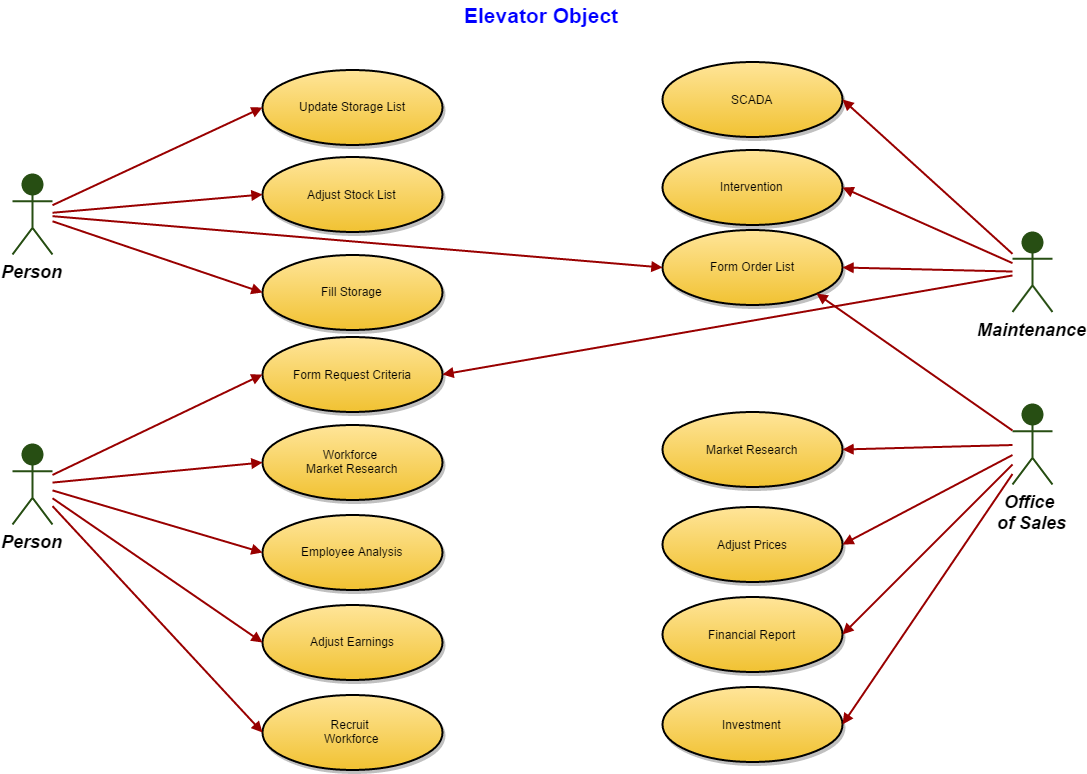
xa3point10/ElevatorProjectRepo keeps this draw.io diagram as images/Elevator_UML_Diagram.png. Above is the earlier version. Source tidied: cells renumbered, new cells last; positions are measured from the earlier drawing's top-left corner, leaving out a move shared by most shapes. Its diagram source:
```xml
<mxGraphModel background="#ffffff">
  <root>
    <mxCell id="0" style="html=1;" />
    <mxCell id="1" style="html=1;" parent="0" />
    <mxCell id="2" value="Person" style="shape=umlActor;verticalLabelPosition=bottom;verticalAlign=top;fillColor=#274E13;strokeColor=#274E13;fontStyle=3;fontSize=18;fontFamily=Helvetica;strokeWidth=2;html=1;" parent="1" vertex="1">
      <mxGeometry y="174" width="40" height="80" as="geometry" />
    </mxCell>
    <mxCell id="3" value="Person" style="shape=umlActor;verticalLabelPosition=bottom;verticalAlign=top;fillColor=#274E13;strokeColor=#274E13;fontStyle=3;fontSize=18;fontFamily=Helvetica;strokeWidth=2;html=1;" parent="1" vertex="1">
      <mxGeometry y="444" width="40" height="80" as="geometry" />
    </mxCell>
    <mxCell id="4" value="Maintenance" style="shape=umlActor;verticalLabelPosition=bottom;verticalAlign=top;fillColor=#274E13;strokeColor=#274E13;fontStyle=3;fontSize=18;fontFamily=Helvetica;strokeWidth=2;html=1;" parent="1" vertex="1">
      <mxGeometry x="1000" y="231.5" width="40" height="80" as="geometry" />
    </mxCell>
    <mxCell id="5" value="Office &#10;of Sales" style="shape=umlActor;verticalLabelPosition=bottom;verticalAlign=top;fillColor=#274E13;strokeColor=#274E13;fontStyle=3;fontSize=18;fontFamily=Helvetica;strokeWidth=2;html=1;" parent="1" vertex="1">
      <mxGeometry x="1000" y="404" width="40" height="80" as="geometry" />
    </mxCell>
    <mxCell id="6" value="Update Storage List" style="shape=mxgraph.flowchart.on-page_reference;fillColor=#FFE599;strokeColor=black;strokeWidth=2;shadow=1;gradientColor=#F1C232;html=1;" parent="1" vertex="1">
      <mxGeometry x="250" y="69" width="180" height="75" as="geometry" />
    </mxCell>
    <mxCell id="7" value="Adjust Stock List" style="shape=mxgraph.flowchart.on-page_reference;fillColor=#FFE599;strokeColor=black;strokeWidth=2;shadow=1;gradientColor=#F1C232;html=1;" parent="1" vertex="1">
      <mxGeometry x="250" y="156.5" width="180" height="75" as="geometry" />
    </mxCell>
    <mxCell id="8" value="Fill Storage" style="shape=mxgraph.flowchart.on-page_reference;fillColor=#FFE599;strokeColor=black;strokeWidth=2;shadow=1;gradientColor=#F1C232;html=1;" parent="1" vertex="1">
      <mxGeometry x="250" y="254" width="180" height="75" as="geometry" />
    </mxCell>
    <mxCell id="9" value="Form Request Criteria" style="shape=mxgraph.flowchart.on-page_reference;fillColor=#FFE599;strokeColor=black;strokeWidth=2;shadow=1;gradientColor=#F1C232;html=1;" parent="1" vertex="1">
      <mxGeometry x="250" y="336.5" width="180" height="75" as="geometry" />
    </mxCell>
    <mxCell id="10" value="Workforce &#10;Market Research" style="shape=mxgraph.flowchart.on-page_reference;fillColor=#FFE599;strokeColor=black;strokeWidth=2;shadow=1;gradientColor=#F1C232;html=1;" parent="1" vertex="1">
      <mxGeometry x="250" y="424" width="180" height="75" as="geometry" />
    </mxCell>
    <mxCell id="11" value="Employee Analysis" style="shape=mxgraph.flowchart.on-page_reference;fillColor=#FFE599;strokeColor=black;strokeWidth=2;shadow=1;gradientColor=#F1C232;html=1;" parent="1" vertex="1">
      <mxGeometry x="250" y="514" width="180" height="75" as="geometry" />
    </mxCell>
    <mxCell id="12" value="Adjust Earnings" style="shape=mxgraph.flowchart.on-page_reference;fillColor=#FFE599;strokeColor=black;strokeWidth=2;shadow=1;gradientColor=#F1C232;html=1;" parent="1" vertex="1">
      <mxGeometry x="250" y="604" width="180" height="75" as="geometry" />
    </mxCell>
    <mxCell id="13" value="Recruit &#10;Workforce" style="shape=mxgraph.flowchart.on-page_reference;fillColor=#FFE599;strokeColor=black;strokeWidth=2;shadow=1;gradientColor=#F1C232;html=1;" parent="1" vertex="1">
      <mxGeometry x="250" y="694" width="180" height="75" as="geometry" />
    </mxCell>
    <mxCell id="14" value="SCADA" style="shape=mxgraph.flowchart.on-page_reference;fillColor=#FFE599;strokeColor=black;strokeWidth=2;shadow=1;gradientColor=#F1C232;html=1;" parent="1" vertex="1">
      <mxGeometry x="650" y="61.5" width="180" height="75" as="geometry" />
    </mxCell>
    <mxCell id="15" value="Intervention" style="shape=mxgraph.flowchart.on-page_reference;fillColor=#FFE599;strokeColor=black;strokeWidth=2;shadow=1;gradientColor=#F1C232;html=1;" parent="1" vertex="1">
      <mxGeometry x="650" y="149" width="180" height="75" as="geometry" />
    </mxCell>
    <mxCell id="16" value="Form Order List" style="shape=mxgraph.flowchart.on-page_reference;fillColor=#FFE599;strokeColor=black;strokeWidth=2;shadow=1;gradientColor=#F1C232;html=1;" parent="1" vertex="1">
      <mxGeometry x="650" y="229" width="180" height="75" as="geometry" />
    </mxCell>
    <mxCell id="17" value="Market Research" style="shape=mxgraph.flowchart.on-page_reference;fillColor=#FFE599;strokeColor=black;strokeWidth=2;shadow=1;gradientColor=#F1C232;html=1;" parent="1" vertex="1">
      <mxGeometry x="650" y="411.5" width="180" height="75" as="geometry" />
    </mxCell>
    <mxCell id="18" value="Adjust Prices" style="shape=mxgraph.flowchart.on-page_reference;fillColor=#FFE599;strokeColor=black;strokeWidth=2;shadow=1;gradientColor=#F1C232;html=1;" parent="1" vertex="1">
      <mxGeometry x="650" y="506.5" width="180" height="75" as="geometry" />
    </mxCell>
    <mxCell id="19" value="Financial Report" style="shape=mxgraph.flowchart.on-page_reference;fillColor=#FFE599;strokeColor=black;strokeWidth=2;shadow=1;gradientColor=#F1C232;html=1;" parent="1" vertex="1">
      <mxGeometry x="650" y="596.5" width="180" height="75" as="geometry" />
    </mxCell>
    <mxCell id="20" value="Investment" style="shape=mxgraph.flowchart.on-page_reference;fillColor=#FFE599;strokeColor=black;strokeWidth=2;shadow=1;gradientColor=#F1C232;html=1;" parent="1" vertex="1">
      <mxGeometry x="650" y="686.5" width="180" height="75" as="geometry" />
    </mxCell>
    <mxCell id="21" style="edgeStyle=none;entryX=0;entryY=0.5;entryPerimeter=0;strokeWidth=2;endArrow=block;endFill=1;strokeColor=#990000;html=1;" parent="1" edge="1" source="2" target="6">
      <mxGeometry as="geometry" />
    </mxCell>
    <mxCell id="22" style="edgeStyle=none;entryX=0;entryY=0.5;entryPerimeter=0;strokeWidth=2;endArrow=block;endFill=1;strokeColor=#990000;html=1;" parent="1" edge="1" source="2" target="7">
      <mxGeometry as="geometry" />
    </mxCell>
    <mxCell id="23" style="edgeStyle=none;entryX=0;entryY=0.5;entryPerimeter=0;strokeWidth=2;endArrow=block;endFill=1;strokeColor=#990000;html=1;" parent="1" edge="1" source="2" target="8">
      <mxGeometry as="geometry" />
    </mxCell>
    <mxCell id="24" style="edgeStyle=none;entryX=0;entryY=0.5;entryPerimeter=0;strokeWidth=2;endArrow=block;endFill=1;strokeColor=#990000;html=1;" parent="1" edge="1" source="3" target="9">
      <mxGeometry as="geometry" />
    </mxCell>
    <mxCell id="25" style="edgeStyle=none;entryX=0;entryY=0.5;entryPerimeter=0;strokeWidth=2;endArrow=block;endFill=1;strokeColor=#990000;html=1;" parent="1" edge="1" source="3" target="10">
      <mxGeometry as="geometry" />
    </mxCell>
    <mxCell id="26" style="edgeStyle=none;entryX=0;entryY=0.5;entryPerimeter=0;strokeWidth=2;endArrow=block;endFill=1;strokeColor=#990000;html=1;" parent="1" edge="1" source="3" target="11">
      <mxGeometry as="geometry" />
    </mxCell>
    <mxCell id="27" style="edgeStyle=none;entryX=0;entryY=0.5;entryPerimeter=0;strokeWidth=2;endArrow=block;endFill=1;strokeColor=#990000;html=1;" parent="1" edge="1" source="3" target="12">
      <mxGeometry as="geometry" />
    </mxCell>
    <mxCell id="28" style="edgeStyle=none;entryX=0;entryY=0.5;entryPerimeter=0;strokeWidth=2;endArrow=block;endFill=1;strokeColor=#990000;html=1;" parent="1" edge="1" source="3" target="13">
      <mxGeometry as="geometry" />
    </mxCell>
    <mxCell id="29" style="edgeStyle=none;entryX=1;entryY=0.5;entryPerimeter=0;strokeWidth=2;endArrow=block;endFill=1;strokeColor=#990000;html=1;" parent="1" edge="1" source="4" target="14">
      <mxGeometry as="geometry" />
    </mxCell>
    <mxCell id="30" style="edgeStyle=none;entryX=1;entryY=0.5;entryPerimeter=0;strokeWidth=2;endArrow=block;endFill=1;strokeColor=#990000;html=1;" parent="1" edge="1" source="4" target="15">
      <mxGeometry as="geometry" />
    </mxCell>
    <mxCell id="31" style="edgeStyle=none;entryX=1;entryY=0.5;entryPerimeter=0;strokeWidth=2;endArrow=block;endFill=1;strokeColor=#990000;html=1;" parent="1" edge="1" source="4" target="16">
      <mxGeometry as="geometry" />
    </mxCell>
    <mxCell id="32" style="edgeStyle=none;entryX=0.855;entryY=0.855;entryPerimeter=0;strokeWidth=2;endArrow=block;endFill=1;strokeColor=#990000;html=1;" parent="1" edge="1" source="5" target="16">
      <mxGeometry as="geometry" />
    </mxCell>
    <mxCell id="33" style="edgeStyle=none;entryX=1;entryY=0.5;entryPerimeter=0;strokeWidth=2;endArrow=block;endFill=1;strokeColor=#990000;html=1;" parent="1" edge="1" source="5" target="17">
      <mxGeometry as="geometry" />
    </mxCell>
    <mxCell id="34" style="edgeStyle=none;entryX=1;entryY=0.5;entryPerimeter=0;strokeWidth=2;endArrow=block;endFill=1;strokeColor=#990000;html=1;" parent="1" edge="1" source="5" target="18">
      <mxGeometry as="geometry" />
    </mxCell>
    <mxCell id="35" style="edgeStyle=none;entryX=1;entryY=0.5;entryPerimeter=0;strokeWidth=2;endArrow=block;endFill=1;strokeColor=#990000;html=1;" parent="1" edge="1" source="5" target="19">
      <mxGeometry as="geometry" />
    </mxCell>
    <mxCell id="36" style="edgeStyle=none;entryX=1;entryY=0.5;entryPerimeter=0;strokeWidth=2;endArrow=block;endFill=1;strokeColor=#990000;html=1;" parent="1" edge="1" source="5" target="20">
      <mxGeometry as="geometry" />
    </mxCell>
    <mxCell id="37" style="edgeStyle=none;entryX=0;entryY=0.5;entryPerimeter=0;strokeWidth=2;endArrow=block;endFill=1;strokeColor=#990000;html=1;" parent="1" edge="1" source="2" target="16">
      <mxGeometry as="geometry" />
    </mxCell>
    <mxCell id="38" style="edgeStyle=none;entryX=1;entryY=0.5;entryPerimeter=0;strokeWidth=2;endArrow=block;endFill=1;strokeColor=#990000;html=1;" parent="1" edge="1" source="4" target="9">
      <mxGeometry as="geometry" />
    </mxCell>
    <mxCell id="39" value="Elevator Object" style="text;html=1;align=left;verticalAlign=top;spacingTop=-4;fontSize=21;fontStyle=1;fontColor=#0000FF;" parent="1" vertex="1">
      <mxGeometry x="450" width="100" height="20" as="geometry" />
    </mxCell>
  </root>
</mxGraphModel>
```
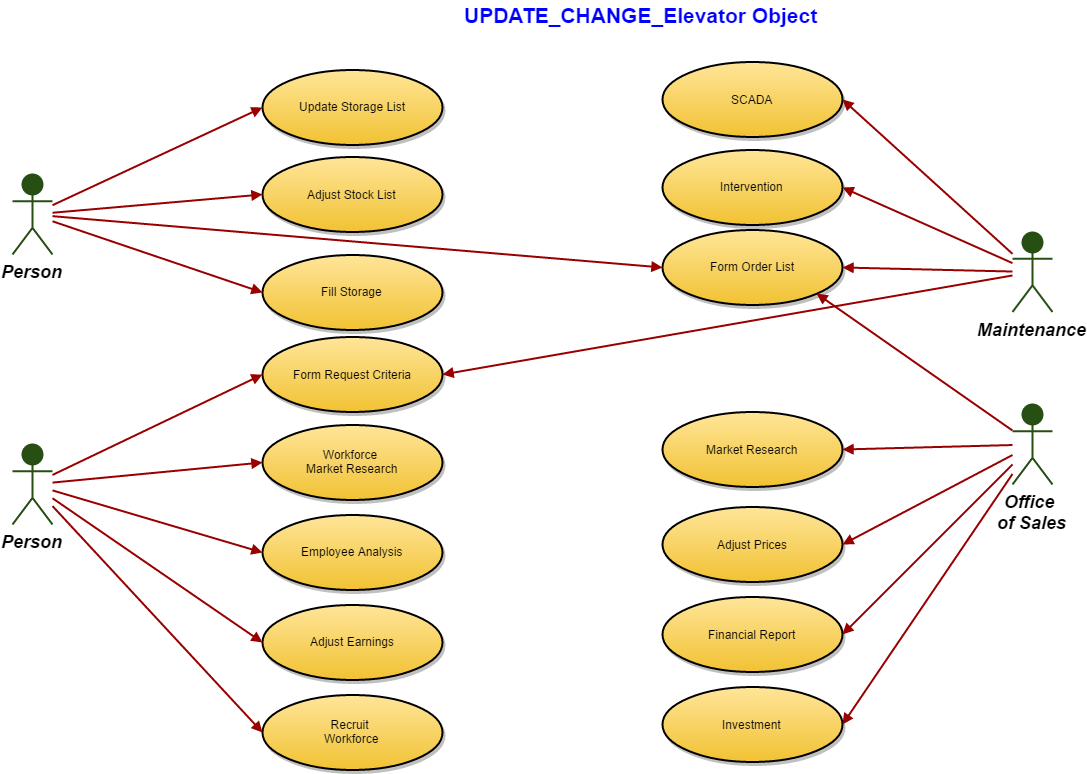
After the commit.

Diff of the diagram source:
```diff
@@ -113,8 +113,8 @@
     <mxCell id="38" style="edgeStyle=none;entryX=1;entryY=0.5;entryPerimeter=0;strokeWidth=2;endArrow=block;endFill=1;strokeColor=#990000;html=1;" parent="1" edge="1" source="4" target="9">
       <mxGeometry as="geometry" />
     </mxCell>
-    <mxCell id="39" value="Elevator Object" style="text;html=1;align=left;verticalAlign=top;spacingTop=-4;fontSize=21;fontStyle=1;fontColor=#0000FF;" parent="1" vertex="1">
-      <mxGeometry x="450" width="100" height="20" as="geometry" />
+    <mxCell id="39" value="UPDATE_CHANGE_Elevator Object" style="text;html=1;align=left;verticalAlign=top;spacingTop=-4;fontSize=21;fontStyle=1;fontColor=#0000FF;" parent="1" vertex="1">
+      <mxGeometry x="450" width="360" height="30" as="geometry" />
     </mxCell>
   </root>
 </mxGraphModel>
```
